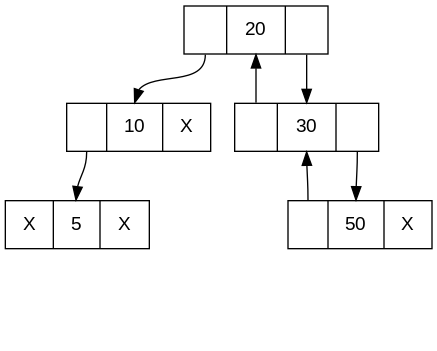
Above: diagram.png in radwanCS/Data-Structure-Visualization-with-Graphviz (Graphviz), before the change. Its source is kept beside it as diagram.dot.
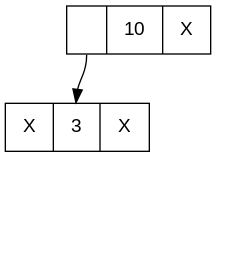
After the commit.

Commit message:
added delete tree operation for left threaded tree

Change to the diagram source:
```diff
@@ -1,23 +1,12 @@
 digraph LTBT{
 	node [fontname="Arial", shape=record, height=0.5, width=1.5];
-	20 [label="<left> |<data> 20 |<right> "];
 	10 [label="<left> |<data> 10 |<right> X"];
-	30 [label="<left> |<data> 30 |<right> "];
-	5 [label="<left> X|<data> 5 |<right> X"];
-	20 [label="<left> |<data> 20 |<right> "];
-	50 [label="<left> |<data> 50 |<right> X"];
-	20:left -> 10:data;
-	20:right -> 30:data;
-	10:left -> 5:data;
+	3 [label="<left> X|<data> 3 |<right> X"];
+	10:left -> 3:data;
 	NULL1 [shape=point style=invis];
 	10:right -> NULL1 [style=invis];
 	NULL2 [shape=point style=invis];
-	5:left -> NULL2 [style=invis];
+	3:left -> NULL2 [style=invis];
 	NULL3 [shape=point style=invis];
-	5:right -> NULL3 [style=invis];
-	30:left -> 20:data;
-	30:right -> 50:data;
-	50:left -> 30:data;
-	NULL4 [shape=point style=invis];
-	50:right -> NULL4 [style=invis];
+	3:right -> NULL3 [style=invis];
 }
```
